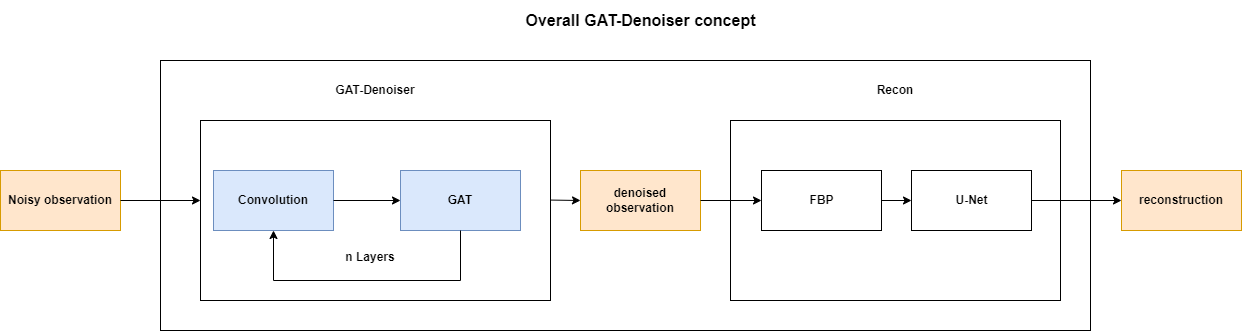
This is documentation/Thesis/Figures/Overall_GAT-Denoiser_Pipeline.drawio.png from cedricmendelin/master-thesis, a draw.io export, as it was before one commit. Source tidied: cells renumbered, new cells last; positions are measured from the earlier drawing's top-left corner, leaving out a move shared by most shapes.
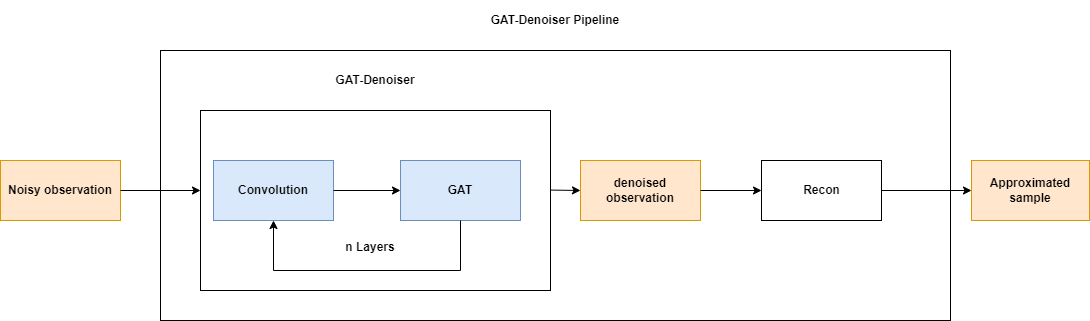
Above is the later version.

Change to the diagram source:
```diff
@@ -2,18 +2,12 @@
   <root>
     <mxCell id="0" />
     <mxCell id="1" parent="0" />
-    <mxCell id="2" style="rounded=0;whiteSpace=wrap;html=1;fillColor=none;" parent="1" vertex="1">
-      <mxGeometry x="160" y="60" width="930" height="270" as="geometry" />
+    <mxCell id="2" style="rounded=0;whiteSpace=wrap;html=1;fillColor=none;fontStyle=1;" parent="1" vertex="1">
+      <mxGeometry x="160" y="60" width="790" height="270" as="geometry" />
     </mxCell>
-    <mxCell id="3" style="rounded=0;whiteSpace=wrap;html=1;fillColor=none;" parent="1" vertex="1">
-      <mxGeometry x="730" y="120" width="330" height="180" as="geometry" />
-    </mxCell>
-    <mxCell id="4" style="rounded=0;whiteSpace=wrap;html=1;fillColor=none;" parent="1" vertex="1">
+    <mxCell id="4" style="rounded=0;whiteSpace=wrap;html=1;fillColor=none;fontStyle=1;" parent="1" vertex="1">
       <mxGeometry x="200" y="120" width="350" height="180" as="geometry" />
     </mxCell>
-    <mxCell id="5" value="Overall GAT-Denoiser concept" style="text;html=1;strokeColor=none;fillColor=none;align=center;verticalAlign=middle;whiteSpace=wrap;rounded=0;fontStyle=1;fontSize=16;" parent="1" vertex="1">
-      <mxGeometry x="512.5" width="255" height="40" as="geometry" />
-    </mxCell>
     <mxCell id="6" value="Noisy observation" style="rounded=0;whiteSpace=wrap;html=1;fillColor=#ffe6cc;strokeColor=#d79b00;fontStyle=1;" parent="1" vertex="1">
       <mxGeometry y="170" width="120" height="60" as="geometry" />
     </mxCell>
@@ -29,18 +23,18 @@
     <mxCell id="10" value="denoised observation" style="rounded=0;whiteSpace=wrap;html=1;fillColor=#ffe6cc;strokeColor=#d79b00;fontStyle=1;" parent="1" vertex="1">
       <mxGeometry x="580" y="170" width="120" height="60" as="geometry" />
     </mxCell>
-    <mxCell id="11" style="endArrow=classic;html=1;rounded=0;" parent="1" edge="1" source="6">
+    <mxCell id="11" style="endArrow=classic;html=1;rounded=0;fontStyle=1;" parent="1" edge="1" source="6">
       <mxGeometry relative="1" as="geometry">
         <mxPoint x="200" y="200" as="targetPoint" />
       </mxGeometry>
     </mxCell>
-    <mxCell id="12" style="endArrow=classic;html=1;rounded=0;fontSize=16;entryX=0;entryY=0.5;entryDx=0;entryDy=0;exitX=0.999;exitY=0.442;exitDx=0;exitDy=0;exitPerimeter=0;" parent="1" edge="1" source="4" target="10">
+    <mxCell id="12" style="endArrow=classic;html=1;rounded=0;fontSize=16;entryX=0;entryY=0.5;entryDx=0;entryDy=0;exitX=0.999;exitY=0.442;exitDx=0;exitDy=0;exitPerimeter=0;fontStyle=1;" parent="1" edge="1" source="4" target="10">
       <mxGeometry relative="1" as="geometry" />
     </mxCell>
-    <mxCell id="13" style="endArrow=classic;html=1;rounded=0;fontSize=16;exitX=1;exitY=0.5;exitDx=0;exitDy=0;entryX=0;entryY=0.5;entryDx=0;entryDy=0;" parent="1" edge="1" source="7" target="8">
+    <mxCell id="13" style="endArrow=classic;html=1;rounded=0;fontSize=16;exitX=1;exitY=0.5;exitDx=0;exitDy=0;entryX=0;entryY=0.5;entryDx=0;entryDy=0;fontStyle=1;" parent="1" edge="1" source="7" target="8">
       <mxGeometry relative="1" as="geometry" />
     </mxCell>
-    <mxCell id="14" style="endArrow=classic;html=1;rounded=0;fontSize=16;exitX=0.5;exitY=1;exitDx=0;exitDy=0;entryX=0.5;entryY=1;entryDx=0;entryDy=0;" parent="1" edge="1" source="8" target="7">
+    <mxCell id="14" style="endArrow=classic;html=1;rounded=0;fontSize=16;exitX=0.5;exitY=1;exitDx=0;exitDy=0;entryX=0.5;entryY=1;entryDx=0;entryDy=0;fontStyle=1;" parent="1" edge="1" source="8" target="7">
       <mxGeometry relative="1" as="geometry">
         <Array as="points">
           <mxPoint x="460" y="280" />
@@ -48,35 +42,28 @@
         </Array>
       </mxGeometry>
     </mxCell>
-    <mxCell id="15" value="&lt;font style=&quot;font-size: 12px;&quot;&gt;&lt;b&gt;n Layers&lt;/b&gt;&lt;/font&gt;" style="text;html=1;strokeColor=none;fillColor=none;align=center;verticalAlign=middle;whiteSpace=wrap;rounded=0;fontSize=16;" parent="1" vertex="1">
+    <mxCell id="15" value="&lt;font style=&quot;font-size: 12px;&quot;&gt;&lt;span&gt;n Layers&lt;/span&gt;&lt;/font&gt;" style="text;html=1;strokeColor=none;fillColor=none;align=center;verticalAlign=middle;whiteSpace=wrap;rounded=0;fontSize=16;fontStyle=1;" parent="1" vertex="1">
       <mxGeometry x="340" y="240" width="60" height="30" as="geometry" />
     </mxCell>
-    <mxCell id="16" style="rounded=0;whiteSpace=wrap;html=1;fillColor=none;" parent="1" vertex="1">
+    <mxCell id="16" style="rounded=0;whiteSpace=wrap;html=1;fillColor=none;fontStyle=1;" parent="1" vertex="1">
       <mxGeometry x="761" y="170" width="120" height="60" as="geometry" />
     </mxCell>
-    <mxCell id="17" value="FBP" style="text;html=1;strokeColor=none;fillColor=none;align=center;verticalAlign=middle;whiteSpace=wrap;rounded=0;fontStyle=1;" parent="1" vertex="1">
+    <mxCell id="17" value="Recon" style="text;html=1;strokeColor=none;fillColor=none;align=center;verticalAlign=middle;whiteSpace=wrap;rounded=0;fontStyle=1;" parent="1" vertex="1">
       <mxGeometry x="773.5" y="190" width="95" height="20" as="geometry" />
     </mxCell>
-    <mxCell id="18" style="rounded=0;whiteSpace=wrap;html=1;fillColor=none;" parent="1" vertex="1">
-      <mxGeometry x="911" y="170" width="120" height="60" as="geometry" />
-    </mxCell>
-    <mxCell id="19" value="U-Net" style="text;html=1;strokeColor=none;fillColor=none;align=center;verticalAlign=middle;whiteSpace=wrap;rounded=0;fontStyle=1;" parent="1" vertex="1">
-      <mxGeometry x="923.5" y="190" width="95" height="20" as="geometry" />
-    </mxCell>
-    <mxCell id="20" value="reconstruction" style="rounded=0;whiteSpace=wrap;html=1;fillColor=#ffe6cc;strokeColor=#d79b00;fontStyle=1;" parent="1" vertex="1">
-      <mxGeometry x="1121" y="170" width="120" height="60" as="geometry" />
+    <mxCell id="20" value="Approximated&lt;br&gt;sample" style="rounded=0;whiteSpace=wrap;html=1;fillColor=#ffe6cc;strokeColor=#d79b00;fontStyle=1;" parent="1" vertex="1">
+      <mxGeometry x="971" y="170" width="118" height="60" as="geometry" />
     </mxCell>
-    <mxCell id="21" style="endArrow=classic;html=1;rounded=0;fontSize=16;entryX=0;entryY=0.5;entryDx=0;entryDy=0;exitX=1;exitY=0.5;exitDx=0;exitDy=0;" parent="1" edge="1" source="10" target="16">
+    <mxCell id="21" style="endArrow=classic;html=1;rounded=0;fontSize=16;entryX=0;entryY=0.5;entryDx=0;entryDy=0;exitX=1;exitY=0.5;exitDx=0;exitDy=0;fontStyle=1;" parent="1" edge="1" source="10" target="16">
       <mxGeometry relative="1" as="geometry" />
     </mxCell>
-    <mxCell id="22" style="endArrow=classic;html=1;rounded=0;fontSize=16;entryX=0;entryY=0.5;entryDx=0;entryDy=0;exitX=1;exitY=0.5;exitDx=0;exitDy=0;" parent="1" edge="1" source="16" target="18">
-      <mxGeometry relative="1" as="geometry" />
-    </mxCell>
-    <mxCell id="23" style="endArrow=classic;html=1;rounded=0;exitX=1;exitY=0.5;exitDx=0;exitDy=0;entryX=0;entryY=0.5;entryDx=0;entryDy=0;" parent="1" edge="1" source="18" target="20">
-      <mxGeometry relative="1" as="geometry" />
+    <mxCell id="23" style="endArrow=classic;html=1;rounded=0;exitX=1;exitY=0.5;exitDx=0;exitDy=0;entryX=0;entryY=0.5;entryDx=0;entryDy=0;fontStyle=1;" parent="1" edge="1" target="20">
+      <mxGeometry relative="1" as="geometry">
+        <mxPoint x="881" y="200" as="sourcePoint" />
+      </mxGeometry>
     </mxCell>
-    <mxCell id="24" value="Recon" style="text;html=1;strokeColor=none;fillColor=none;align=center;verticalAlign=middle;whiteSpace=wrap;rounded=0;fontStyle=1;" parent="1" vertex="1">
-      <mxGeometry x="815" y="75" width="160" height="30" as="geometry" />
-    </mxCell>
+    <mxCell id="25" value="GAT-Denoiser Pipeline" style="text;html=1;strokeColor=none;fillColor=none;align=center;verticalAlign=middle;whiteSpace=wrap;rounded=0;fontStyle=1;" parent="1" vertex="1">
+      <mxGeometry x="455" y="10" width="200" height="40" as="geometry" />
+    </mxCell>
   </root>
 </mxGraphModel>
```
